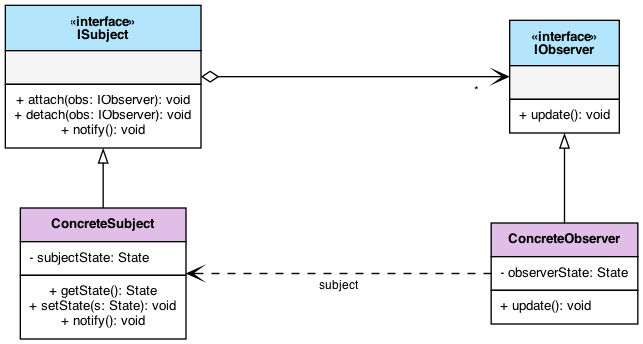
Earlier version of the Graphviz export Observer/reports/general_observer_uml.png (ndmhuy/DesignPatternsGroup52). Its source is kept beside it as Observer/reports/general_observer_uml.dot.
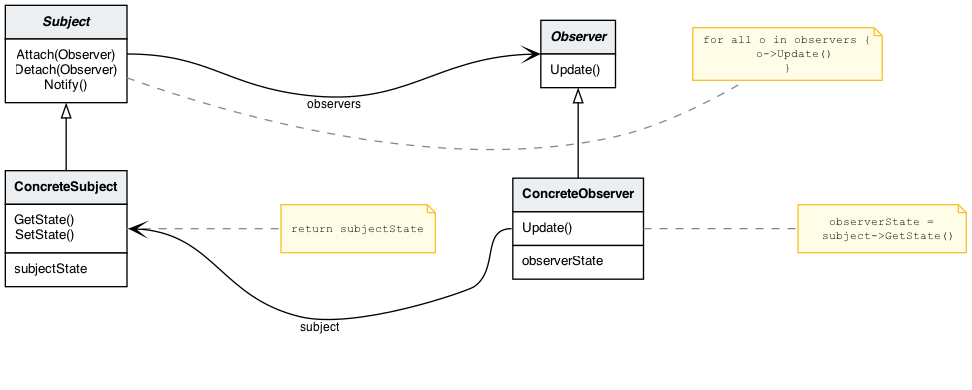
After the commit.

Commit message:
Redesign general Observer UML class diagram to match standard GoF book structure with process notes

Change to the diagram source:
```diff
@@ -3,7 +3,7 @@
     fontsize = 10
     rankdir = BT
     nodesep = 0.8
-    ranksep = 0.6
+    ranksep = 0.7
 
     node [
         fontname = "Helvetica,Arial,sans-serif"
@@ -13,39 +13,56 @@
     edge [
         fontname = "Helvetica,Arial,sans-serif"
         fontsize = 9
-        arrowhead = empty
     ]
 
-    ISubject [label=<<table border="0" cellborder="1" cellspacing="0" cellpadding="6" bgcolor="#FFFFFF">
-        <tr><td bgcolor="#B3E5FC"><b>«interface»<br/>ISubject</b></td></tr>
-        <tr><td align="left" bgcolor="#F5F5F5"> </td></tr>
-        <tr><td align="left">+ attach(obs: IObserver): void<br/>+ detach(obs: IObserver): void<br/>+ notify(): void</td></tr>
+    Subject [label=<<table border="0" cellborder="1" cellspacing="0" cellpadding="6" bgcolor="#FFFFFF">
+        <tr><td bgcolor="#ECEFF1"><b><i>Subject</i></b></td></tr>
+        <tr><td align="left" bgcolor="#FFFFFF">Attach(Observer)<br/>Detach(Observer)<br/>Notify()</td></tr>
     </table>>]
 
     ConcreteSubject [label=<<table border="0" cellborder="1" cellspacing="0" cellpadding="6" bgcolor="#FFFFFF">
-        <tr><td bgcolor="#E1BEE7"><b>ConcreteSubject</b></td></tr>
-        <tr><td align="left" bgcolor="#FFFFFF">- subjectState: State</td></tr>
-        <tr><td align="left" bgcolor="#FFFFFF">+ getState(): State<br/>+ setState(s: State): void<br/>+ notify(): void</td></tr>
+        <tr><td bgcolor="#ECEFF1"><b>ConcreteSubject</b></td></tr>
+        <tr><td align="left" bgcolor="#FFFFFF">GetState()<br/>SetState()</td></tr>
+        <tr><td align="left" bgcolor="#FFFFFF">subjectState</td></tr>
     </table>>]
 
-    IObserver [label=<<table border="0" cellborder="1" cellspacing="0" cellpadding="6" bgcolor="#FFFFFF">
-        <tr><td bgcolor="#B3E5FC"><b>«interface»<br/>IObserver</b></td></tr>
-        <tr><td align="left" bgcolor="#F5F5F5"> </td></tr>
-        <tr><td align="left">+ update(): void</td></tr>
+    Observer [label=<<table border="0" cellborder="1" cellspacing="0" cellpadding="6" bgcolor="#FFFFFF">
+        <tr><td bgcolor="#ECEFF1"><b><i>Observer</i></b></td></tr>
+        <tr><td align="left" bgcolor="#FFFFFF">Update()</td></tr>
     </table>>]
 
     ConcreteObserver [label=<<table border="0" cellborder="1" cellspacing="0" cellpadding="6" bgcolor="#FFFFFF">
-        <tr><td bgcolor="#E1BEE7"><b>ConcreteObserver</b></td></tr>
-        <tr><td align="left" bgcolor="#FFFFFF">- observerState: State</td></tr>
-        <tr><td align="left" bgcolor="#FFFFFF">+ update(): void</td></tr>
+        <tr><td bgcolor="#ECEFF1"><b>ConcreteObserver</b></td></tr>
+        <tr><td align="left" bgcolor="#FFFFFF">Update()</td></tr>
+        <tr><td align="left" bgcolor="#FFFFFF">observerState</td></tr>
     </table>>]
 
-    ConcreteSubject -> ISubject [arrowhead=onormal, style=solid]
-    ConcreteObserver -> IObserver [arrowhead=onormal, style=solid]
+    node [
+        shape = note
+        fontname = "Courier New,Courier,monospace"
+        fontsize = 8.5
+        style = filled
+        fillcolor = "#FFFDE7"
+        color = "#FBC02D"
+    ]
 
-    { rank=same; ISubject; IObserver }
-    { rank=same; ConcreteSubject; ConcreteObserver }
+    note_notify [label="for all o in observers {\n  o-&gt;Update()\n}"]
+    note_getstate [label="return subjectState"]
+    note_update [label="observerState =\n  subject-&gt;GetState()"]
 
-    ISubject -> IObserver [arrowhead=vee, arrowtail=odiamond, dir=both, headlabel="*  ", labeldistance=2.5, minlen=2]
-    ConcreteObserver -> ConcreteSubject [arrowhead=vee, style=dashed, constraint=false, label="subject", labeldistance=2.0]
+    edge [arrowhead=onormal, style=solid, constraint=true]
+    ConcreteSubject -> Subject
+    ConcreteObserver -> Observer
+
+    edge [arrowhead=vee, style=solid, constraint=false]
+    Subject -> Observer [label="observers", labeldistance=2.0, headport="w", tailport="e"]
+    ConcreteObserver -> ConcreteSubject [label="subject", labeldistance=2.0, headport="e", tailport="w"]
+
+    edge [style=dashed, arrowhead=none, constraint=false, color="#78909C"]
+    Subject -> note_notify
+    ConcreteSubject -> note_getstate
+    ConcreteObserver -> note_update
+
+    { rank=same; Subject; Observer; note_notify }
+    { rank=same; ConcreteSubject; ConcreteObserver; note_getstate; note_update }
 }
```
